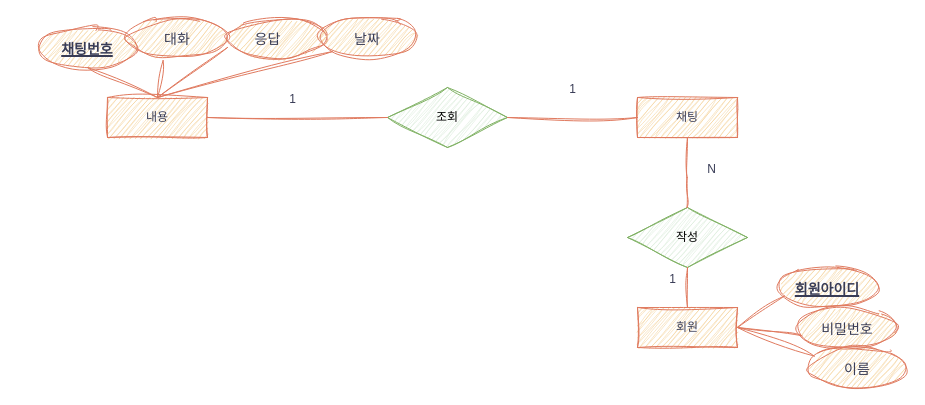
The draw.io diagram 챗봇개념.drawio in soijeongg/diagram, before the edit. Source tidied: cells renumbered, new cells numbered last; positions are measured from the earlier drawing's top-left corner, leaving out a move shared by most shapes. Both pictures are drawn from the tidied source at 100%, with x=0, y=0 at pixel (37, 17).
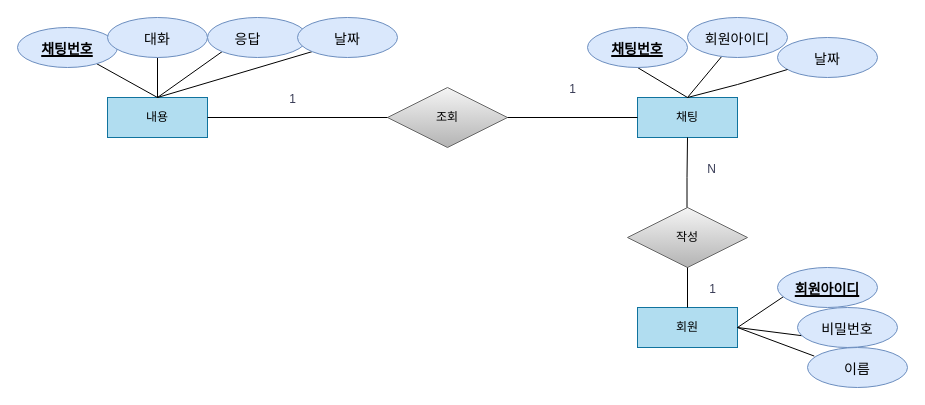
The same page after the edit.

Commit message (it also covers changes not shown here):
챗봇개념.drawio 업데이트

The edit, as a diff of the source:
```diff
@@
-    <mxCell id="2" value="내용" style="whiteSpace=wrap;html=1;align=center;sketch=1;curveFitting=1;jiggle=2;labelBackgroundColor=none;fillColor=#F2CC8F;strokeColor=#E07A5F;fontColor=#393C56;" parent="1" vertex="1">
+    <mxCell id="2" value="내용" style="whiteSpace=wrap;html=1;align=center;labelBackgroundColor=none;fillColor=#b1ddf0;strokeColor=#10739e;" parent="1" vertex="1">
       <mxGeometry x="70" y="80" width="100" height="40" as="geometry" />
     </mxCell>
-    <mxCell id="3" value="회원" style="whiteSpace=wrap;html=1;align=center;sketch=1;curveFitting=1;jiggle=2;labelBackgroundColor=none;fillColor=#F2CC8F;strokeColor=#E07A5F;fontColor=#393C56;" parent="1" vertex="1">
+    <mxCell id="3" value="회원" style="whiteSpace=wrap;html=1;align=center;labelBackgroundColor=none;fillColor=#b1ddf0;strokeColor=#10739e;" parent="1" vertex="1">
       <mxGeometry x="600" y="290" width="100" height="40" as="geometry" />
     </mxCell>
-    <mxCell id="4" value="채팅" style="whiteSpace=wrap;html=1;align=center;sketch=1;curveFitting=1;jiggle=2;labelBackgroundColor=none;fillColor=#F2CC8F;strokeColor=#E07A5F;fontColor=#393C56;" parent="1" vertex="1">
+    <mxCell id="4" value="채팅" style="whiteSpace=wrap;html=1;align=center;labelBackgroundColor=none;fillColor=#b1ddf0;strokeColor=#10739e;" parent="1" vertex="1">
       <mxGeometry x="600" y="80" width="100" height="40" as="geometry" />
     </mxCell>
-    <mxCell id="5" value="작성" style="shape=rhombus;perimeter=rhombusPerimeter;whiteSpace=wrap;html=1;align=center;sketch=1;curveFitting=1;jiggle=2;labelBackgroundColor=none;fillColor=#d5e8d4;strokeColor=#82b366;" parent="1" vertex="1">
+    <mxCell id="5" value="작성" style="shape=rhombus;perimeter=rhombusPerimeter;whiteSpace=wrap;html=1;align=center;labelBackgroundColor=none;fillColor=#f5f5f5;strokeColor=#666666;gradientColor=#b3b3b3;" parent="1" vertex="1">
       <mxGeometry x="590" y="190" width="120" height="60" as="geometry" />
     </mxCell>
-    <mxCell id="6" value="조회" style="shape=rhombus;perimeter=rhombusPerimeter;whiteSpace=wrap;html=1;align=center;sketch=1;curveFitting=1;jiggle=2;labelBackgroundColor=none;fillColor=#d5e8d4;strokeColor=#82b366;" parent="1" vertex="1">
+    <mxCell id="6" value="조회" style="shape=rhombus;perimeter=rhombusPerimeter;whiteSpace=wrap;html=1;align=center;labelBackgroundColor=none;fillColor=#f5f5f5;strokeColor=#666666;gradientColor=#b3b3b3;" parent="1" vertex="1">
       <mxGeometry x="350" y="70" width="120" height="60" as="geometry" />
     </mxCell>
-    <mxCell id="7" style="endArrow=none;html=1;rounded=0;exitX=0.5;exitY=1;exitDx=0;exitDy=0;entryX=0.5;entryY=0;entryDx=0;entryDy=0;sketch=1;curveFitting=1;jiggle=2;labelBackgroundColor=none;strokeColor=#E07A5F;fontColor=default;" parent="1" edge="1" source="5" target="3">
+    <mxCell id="7" style="endArrow=none;html=1;rounded=0;exitX=0.5;exitY=1;exitDx=0;exitDy=0;entryX=0.5;entryY=0;entryDx=0;entryDy=0;labelBackgroundColor=none;strokeColor=#000000;fontColor=default;" parent="1" edge="1" source="5" target="3">
       <mxGeometry relative="1" as="geometry" />
     </mxCell>
-    <mxCell id="8" value="1" style="html=1;whiteSpace=wrap;align=right;verticalAlign=bottom;sketch=1;curveFitting=1;jiggle=2;labelBackgroundColor=none;fillColor=#F2CC8F;strokeColor=#E07A5F;fontColor=#393C56;" parent="7" vertex="1">
+    <mxCell id="8" value="1" style="html=1;whiteSpace=wrap;align=right;verticalAlign=bottom;labelBackgroundColor=none;fillColor=#F2CC8F;strokeColor=#E07A5F;fontColor=#393C56;" parent="7" vertex="1">
       <mxGeometry x="1" relative="1" as="geometry">
-        <mxPoint x="-10" y="-20" as="offset" />
+        <mxPoint x="30" y="-10" as="offset" />
       </mxGeometry>
     </mxCell>
-    <mxCell id="9" style="endArrow=none;html=1;rounded=0;entryX=1;entryY=0.5;entryDx=0;entryDy=0;sketch=1;curveFitting=1;jiggle=2;labelBackgroundColor=none;strokeColor=#E07A5F;fontColor=default;" parent="1" edge="1" source="6" target="2">
+    <mxCell id="9" style="endArrow=none;html=1;rounded=0;entryX=1;entryY=0.5;entryDx=0;entryDy=0;labelBackgroundColor=none;strokeColor=#000000;fontColor=default;" parent="1" edge="1" source="6" target="2">
       <mxGeometry relative="1" as="geometry" />
     </mxCell>
-    <mxCell id="10" value="1" style="html=1;whiteSpace=wrap;align=right;verticalAlign=bottom;sketch=1;curveFitting=1;jiggle=2;labelBackgroundColor=none;fillColor=#F2CC8F;strokeColor=#E07A5F;fontColor=#393C56;" parent="9" vertex="1">
+    <mxCell id="10" value="1" style="html=1;whiteSpace=wrap;align=right;verticalAlign=bottom;labelBackgroundColor=none;fillColor=#F2CC8F;strokeColor=#E07A5F;fontColor=#393C56;" parent="9" vertex="1">
       <mxGeometry x="1" relative="1" as="geometry">
         <mxPoint x="90" y="-10" as="offset" />
       </mxGeometry>
     </mxCell>
-    <mxCell id="11" style="endArrow=none;html=1;rounded=0;entryX=1;entryY=0.5;entryDx=0;entryDy=0;exitX=0;exitY=0.5;exitDx=0;exitDy=0;sketch=1;curveFitting=1;jiggle=2;labelBackgroundColor=none;strokeColor=#E07A5F;fontColor=default;" parent="1" edge="1" source="4" target="6">
+    <mxCell id="11" style="endArrow=none;html=1;rounded=0;entryX=1;entryY=0.5;entryDx=0;entryDy=0;exitX=0;exitY=0.5;exitDx=0;exitDy=0;labelBackgroundColor=none;strokeColor=#000000;fontColor=default;" parent="1" edge="1" source="4" target="6">
       <mxGeometry relative="1" as="geometry" />
     </mxCell>
-    <mxCell id="12" value="1" style="html=1;whiteSpace=wrap;align=right;verticalAlign=bottom;sketch=1;curveFitting=1;jiggle=2;labelBackgroundColor=none;fillColor=#F2CC8F;strokeColor=#E07A5F;fontColor=#393C56;" parent="11" vertex="1">
+    <mxCell id="12" value="1" style="html=1;whiteSpace=wrap;align=right;verticalAlign=bottom;labelBackgroundColor=none;fillColor=#F2CC8F;strokeColor=#E07A5F;fontColor=#393C56;" parent="11" vertex="1">
       <mxGeometry x="1" relative="1" as="geometry">
         <mxPoint x="70" y="-20" as="offset" />
       </mxGeometry>
     </mxCell>
-    <mxCell id="13" style="endArrow=none;html=1;rounded=0;entryX=0.5;entryY=1;entryDx=0;entryDy=0;sketch=1;curveFitting=1;jiggle=2;labelBackgroundColor=none;strokeColor=#E07A5F;fontColor=default;" parent="1" edge="1" target="4">
+    <mxCell id="13" style="endArrow=none;html=1;rounded=0;entryX=0.5;entryY=1;entryDx=0;entryDy=0;labelBackgroundColor=none;strokeColor=#000000;fontColor=default;" parent="1" edge="1" target="4">
       <mxGeometry relative="1" as="geometry">
         <mxPoint x="649.5" y="190" as="sourcePoint" />
         <Array as="points">
           <mxPoint x="649.5" y="160" />
         </Array>
       </mxGeometry>
     </mxCell>
-    <mxCell id="14" value="N" style="html=1;whiteSpace=wrap;align=right;verticalAlign=bottom;sketch=1;curveFitting=1;jiggle=2;labelBackgroundColor=none;fillColor=#F2CC8F;strokeColor=#E07A5F;fontColor=#393C56;" parent="13" vertex="1">
+    <mxCell id="14" value="N" style="html=1;whiteSpace=wrap;align=right;verticalAlign=bottom;labelBackgroundColor=none;fillColor=#F2CC8F;strokeColor=#E07A5F;fontColor=#393C56;" parent="13" vertex="1">
       <mxGeometry x="1" relative="1" as="geometry">
         <mxPoint x="30" y="40" as="offset" />
       </mxGeometry>
     </mxCell>
-    <mxCell id="15" style="endArrow=none;html=1;rounded=0;sketch=1;curveFitting=1;jiggle=2;labelBackgroundColor=none;strokeColor=#E07A5F;fontColor=default;exitX=0.5;exitY=1;exitDx=0;exitDy=0;entryX=0.5;entryY=0;entryDx=0;entryDy=0;" parent="1" edge="1" source="16" target="2">
+    <mxCell id="15" style="endArrow=none;html=1;rounded=0;labelBackgroundColor=none;strokeColor=#000000;fontColor=default;entryX=0.5;entryY=0;entryDx=0;entryDy=0;" parent="1" edge="1" source="16" target="2">
       <mxGeometry relative="1" as="geometry" />
     </mxCell>
-    <mxCell id="16" value="&lt;font style=&quot;font-size: 14px;&quot;&gt;&lt;b&gt;채팅번호&lt;/b&gt;&lt;/font&gt;" style="ellipse;whiteSpace=wrap;html=1;align=center;fontStyle=4;sketch=1;hachureGap=4;jiggle=2;curveFitting=1;strokeColor=#E07A5F;fontFamily=Architects Daughter;fontSize=20;fontColor=#393C56;fillColor=#F2CC8F;" parent="1" vertex="1">
-      <mxGeometry y="10" width="100" height="40" as="geometry" />
+    <mxCell id="16" value="&lt;font style=&quot;font-size: 14px;&quot;&gt;&lt;b&gt;채팅번호&lt;/b&gt;&lt;/font&gt;" style="ellipse;whiteSpace=wrap;html=1;align=center;fontStyle=4;hachureGap=4;strokeColor=#6c8ebf;fontFamily=Architects Daughter;fontSize=20;fillColor=#dae8fc;" parent="1" vertex="1">
+      <mxGeometry x="-20" y="10" width="100" height="40" as="geometry" />
     </mxCell>
-    <mxCell id="17" style="endArrow=none;html=1;rounded=0;sketch=1;curveFitting=1;jiggle=2;labelBackgroundColor=none;strokeColor=#E07A5F;fontColor=default;entryX=0.5;entryY=0;entryDx=0;entryDy=0;exitX=0.356;exitY=1.075;exitDx=0;exitDy=0;exitPerimeter=0;" parent="1" edge="1" source="18" target="2">
+    <mxCell id="17" style="endArrow=none;html=1;rounded=0;labelBackgroundColor=none;strokeColor=#000000;fontColor=default;entryX=0.5;entryY=0;entryDx=0;entryDy=0;" parent="1" edge="1" source="18" target="2">
       <mxGeometry relative="1" as="geometry" />
     </mxCell>
-    <mxCell id="18" value="&lt;font style=&quot;font-size: 14px;&quot;&gt;대화&lt;/font&gt;" style="ellipse;whiteSpace=wrap;html=1;align=center;sketch=1;hachureGap=4;jiggle=2;curveFitting=1;strokeColor=#E07A5F;fontFamily=Architects Daughter;fontSize=20;fontColor=#393C56;fillColor=#F2CC8F;" parent="1" vertex="1">
-      <mxGeometry x="90" width="100" height="40" as="geometry" />
+    <mxCell id="18" value="&lt;font style=&quot;font-size: 14px;&quot;&gt;대화&lt;/font&gt;" style="ellipse;whiteSpace=wrap;html=1;align=center;hachureGap=4;strokeColor=#6c8ebf;fontFamily=Architects Daughter;fontSize=20;fillColor=#dae8fc;" parent="1" vertex="1">
+      <mxGeometry x="70" width="100" height="40" as="geometry" />
     </mxCell>
-    <mxCell id="19" style="endArrow=none;html=1;rounded=0;sketch=1;curveFitting=1;jiggle=2;labelBackgroundColor=none;strokeColor=#E07A5F;fontColor=default;entryX=0.5;entryY=0;entryDx=0;entryDy=0;exitX=0;exitY=0.75;exitDx=0;exitDy=0;exitPerimeter=0;" parent="1" edge="1" source="20" target="2">
+    <mxCell id="19" style="endArrow=none;html=1;rounded=0;labelBackgroundColor=none;strokeColor=#000000;fontColor=default;entryX=0.5;entryY=0;entryDx=0;entryDy=0;exitX=0;exitY=1;exitDx=0;exitDy=0;" parent="1" edge="1" source="20" target="2">
       <mxGeometry relative="1" as="geometry" />
     </mxCell>
-    <mxCell id="20" value="&lt;font style=&quot;font-size: 14px;&quot;&gt;응답&lt;span style=&quot;white-space: pre;&quot;&gt;&#9;&lt;/span&gt;&lt;/font&gt;" style="ellipse;whiteSpace=wrap;html=1;align=center;sketch=1;hachureGap=4;jiggle=2;curveFitting=1;strokeColor=#E07A5F;fontFamily=Architects Daughter;fontSize=20;fontColor=#393C56;fillColor=#F2CC8F;" parent="1" vertex="1">
-      <mxGeometry x="190" width="100" height="40" as="geometry" />
+    <mxCell id="20" value="&lt;font style=&quot;font-size: 14px;&quot;&gt;응답&lt;span style=&quot;white-space: pre;&quot;&gt;&#9;&lt;/span&gt;&lt;/font&gt;" style="ellipse;whiteSpace=wrap;html=1;align=center;hachureGap=4;strokeColor=#6c8ebf;fontFamily=Architects Daughter;fontSize=20;fillColor=#dae8fc;" parent="1" vertex="1">
+      <mxGeometry x="170" width="100" height="40" as="geometry" />
     </mxCell>
-    <mxCell id="21" style="endArrow=none;html=1;rounded=0;sketch=1;curveFitting=1;jiggle=2;labelBackgroundColor=none;strokeColor=#E07A5F;fontColor=default;exitX=0;exitY=1;exitDx=0;exitDy=0;" parent="1" edge="1" source="22">
+    <mxCell id="21" style="endArrow=none;html=1;rounded=0;labelBackgroundColor=none;strokeColor=#000000;fontColor=default;exitX=0;exitY=1;exitDx=0;exitDy=0;" parent="1" edge="1" source="22">
       <mxGeometry relative="1" as="geometry">
         <mxPoint x="120" y="80" as="targetPoint" />
       </mxGeometry>
     </mxCell>
-    <mxCell id="22" value="&lt;span style=&quot;font-size: 14px;&quot;&gt;날짜&lt;/span&gt;" style="ellipse;whiteSpace=wrap;html=1;align=center;sketch=1;hachureGap=4;jiggle=2;curveFitting=1;strokeColor=#E07A5F;fontFamily=Architects Daughter;fontSize=20;fontColor=#393C56;fillColor=#F2CC8F;" parent="1" vertex="1">
-      <mxGeometry x="280" width="100" height="40" as="geometry" />
+    <mxCell id="22" value="&lt;span style=&quot;font-size: 14px;&quot;&gt;날짜&lt;/span&gt;" style="ellipse;whiteSpace=wrap;html=1;align=center;hachureGap=4;strokeColor=#6c8ebf;fontFamily=Architects Daughter;fontSize=20;fillColor=#dae8fc;" parent="1" vertex="1">
+      <mxGeometry x="260" width="100" height="40" as="geometry" />
     </mxCell>
-    <mxCell id="23" style="endArrow=none;html=1;rounded=0;sketch=1;curveFitting=1;jiggle=2;labelBackgroundColor=none;strokeColor=#E07A5F;fontColor=default;entryX=0.5;entryY=0;entryDx=0;entryDy=0;exitX=0.068;exitY=0.715;exitDx=0;exitDy=0;exitPerimeter=0;" parent="1" edge="1" source="26">
+    <mxCell id="23" style="endArrow=none;html=1;rounded=0;labelBackgroundColor=none;strokeColor=#000000;fontColor=default;entryX=0.5;entryY=0;entryDx=0;entryDy=0;exitX=0.068;exitY=0.715;exitDx=0;exitDy=0;exitPerimeter=0;" parent="1" edge="1" source="26">
       <mxGeometry relative="1" as="geometry">
         <mxPoint x="700" y="310" as="targetPoint" />
       </mxGeometry>
     </mxCell>
-    <mxCell id="24" style="endArrow=none;html=1;rounded=0;sketch=1;curveFitting=1;jiggle=2;labelBackgroundColor=none;strokeColor=#E07A5F;fontColor=default;entryX=1;entryY=0.5;entryDx=0;entryDy=0;exitX=0.044;exitY=0.705;exitDx=0;exitDy=0;exitPerimeter=0;" parent="1" edge="1" source="25" target="3">
+    <mxCell id="24" style="endArrow=none;html=1;rounded=0;labelBackgroundColor=none;strokeColor=#000000;fontColor=default;entryX=1;entryY=0.5;entryDx=0;entryDy=0;exitX=0.044;exitY=0.705;exitDx=0;exitDy=0;exitPerimeter=0;" parent="1" edge="1" source="25" target="3">
       <mxGeometry relative="1" as="geometry" />
     </mxCell>
-    <mxCell id="25" value="&lt;span style=&quot;font-size: 14px;&quot;&gt;비밀번호&lt;/span&gt;" style="ellipse;whiteSpace=wrap;html=1;align=center;sketch=1;hachureGap=4;jiggle=2;curveFitting=1;strokeColor=#E07A5F;fontFamily=Architects Daughter;fontSize=20;fontColor=#393C56;fillColor=#F2CC8F;" parent="1" vertex="1">
+    <mxCell id="25" value="&lt;span style=&quot;font-size: 14px;&quot;&gt;비밀번호&lt;/span&gt;" style="ellipse;whiteSpace=wrap;html=1;align=center;hachureGap=4;strokeColor=#6c8ebf;fontFamily=Architects Daughter;fontSize=20;fillColor=#dae8fc;" parent="1" vertex="1">
       <mxGeometry x="760" y="290" width="100" height="40" as="geometry" />
     </mxCell>
-    <mxCell id="26" value="&lt;font style=&quot;font-size: 14px;&quot;&gt;&lt;b&gt;회원아이디&lt;/b&gt;&lt;/font&gt;" style="ellipse;whiteSpace=wrap;html=1;align=center;fontStyle=4;sketch=1;hachureGap=4;jiggle=2;curveFitting=1;strokeColor=#E07A5F;fontFamily=Architects Daughter;fontSize=20;fontColor=#393C56;fillColor=#F2CC8F;" parent="1" vertex="1">
+    <mxCell id="26" value="&lt;font style=&quot;font-size: 14px;&quot;&gt;&lt;b&gt;회원아이디&lt;/b&gt;&lt;/font&gt;" style="ellipse;whiteSpace=wrap;html=1;align=center;fontStyle=4;hachureGap=4;strokeColor=#6c8ebf;fontFamily=Architects Daughter;fontSize=20;fillColor=#dae8fc;" parent="1" vertex="1">
       <mxGeometry x="740" y="250" width="100" height="40" as="geometry" />
     </mxCell>
-    <mxCell id="27" style="endArrow=none;html=1;rounded=0;sketch=1;curveFitting=1;jiggle=2;labelBackgroundColor=none;strokeColor=#E07A5F;fontColor=default;exitX=0.068;exitY=0.215;exitDx=0;exitDy=0;exitPerimeter=0;" parent="1" edge="1" source="28">
+    <mxCell id="27" style="endArrow=none;html=1;rounded=0;labelBackgroundColor=none;strokeColor=#000000;fontColor=default;exitX=0.068;exitY=0.215;exitDx=0;exitDy=0;exitPerimeter=0;" parent="1" edge="1" source="28">
       <mxGeometry relative="1" as="geometry">
         <mxPoint x="700" y="310" as="targetPoint" />
       </mxGeometry>
     </mxCell>
-    <mxCell id="28" value="&lt;span style=&quot;font-size: 14px;&quot;&gt;이름&lt;/span&gt;" style="ellipse;whiteSpace=wrap;html=1;align=center;sketch=1;hachureGap=4;jiggle=2;curveFitting=1;strokeColor=#E07A5F;fontFamily=Architects Daughter;fontSize=20;fontColor=#393C56;fillColor=#F2CC8F;" parent="1" vertex="1">
+    <mxCell id="28" value="&lt;span style=&quot;font-size: 14px;&quot;&gt;이름&lt;/span&gt;" style="ellipse;whiteSpace=wrap;html=1;align=center;hachureGap=4;strokeColor=#6c8ebf;fontFamily=Architects Daughter;fontSize=20;fillColor=#dae8fc;" parent="1" vertex="1">
       <mxGeometry x="770" y="330" width="100" height="40" as="geometry" />
     </mxCell>
+    <mxCell id="29" style="endArrow=none;html=1;rounded=0;labelBackgroundColor=none;strokeColor=#000000;fontColor=default;exitX=0.5;exitY=1;exitDx=0;exitDy=0;entryX=0.5;entryY=0;entryDx=0;entryDy=0;" parent="1" edge="1" source="30" target="4">
+      <mxGeometry relative="1" as="geometry" />
+    </mxCell>
+    <mxCell id="30" value="&lt;font style=&quot;font-size: 14px;&quot;&gt;&lt;b&gt;채팅번호&lt;/b&gt;&lt;/font&gt;" style="ellipse;whiteSpace=wrap;html=1;align=center;fontStyle=4;hachureGap=4;strokeColor=#6c8ebf;fontFamily=Architects Daughter;fontSize=20;fillColor=#dae8fc;" parent="1" vertex="1">
+      <mxGeometry x="550" y="10" width="100" height="40" as="geometry" />
+    </mxCell>
+    <mxCell id="31" style="endArrow=none;html=1;rounded=0;labelBackgroundColor=none;strokeColor=#000000;fontColor=default;entryX=0.5;entryY=0;entryDx=0;entryDy=0;" parent="1" edge="1" source="32" target="4">
+      <mxGeometry relative="1" as="geometry" />
+    </mxCell>
+    <mxCell id="32" value="&lt;font style=&quot;font-size: 14px;&quot;&gt;회원아이디&lt;/font&gt;" style="ellipse;whiteSpace=wrap;html=1;align=center;hachureGap=4;strokeColor=#6c8ebf;fontFamily=Architects Daughter;fontSize=20;fillColor=#dae8fc;" parent="1" vertex="1">
+      <mxGeometry x="650" width="100" height="40" as="geometry" />
+    </mxCell>
+    <mxCell id="33" value="&lt;span style=&quot;font-size: 14px;&quot;&gt;날짜&lt;/span&gt;" style="ellipse;whiteSpace=wrap;html=1;align=center;hachureGap=4;strokeColor=#6c8ebf;fontFamily=Architects Daughter;fontSize=20;fillColor=#dae8fc;" parent="1" vertex="1">
+      <mxGeometry x="740" y="20" width="100" height="40" as="geometry" />
+    </mxCell>
+    <mxCell id="34" style="endArrow=none;html=1;rounded=0;labelBackgroundColor=none;strokeColor=#000000;fontColor=default;entryX=0.5;entryY=0;entryDx=0;entryDy=0;" parent="1" edge="1" source="33" target="4">
+      <mxGeometry relative="1" as="geometry">
+        <Array as="points">
+          <mxPoint x="700" y="67" />
+        </Array>
+      </mxGeometry>
+    </mxCell>
```
